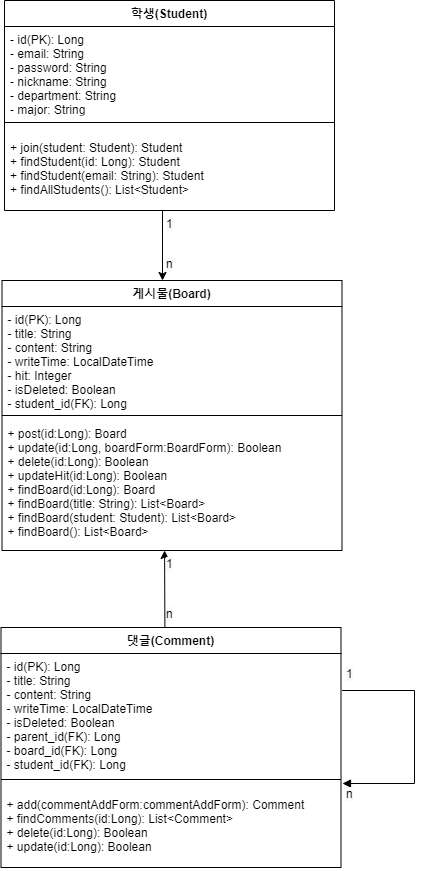
Earlier version of the draw.io export img/diagram.png (SangHyunGil/BasicBoard). Source tidied: cells renumbered, new cells last; positions are measured from the earlier drawing's top-left corner, leaving out a move shared by most shapes.
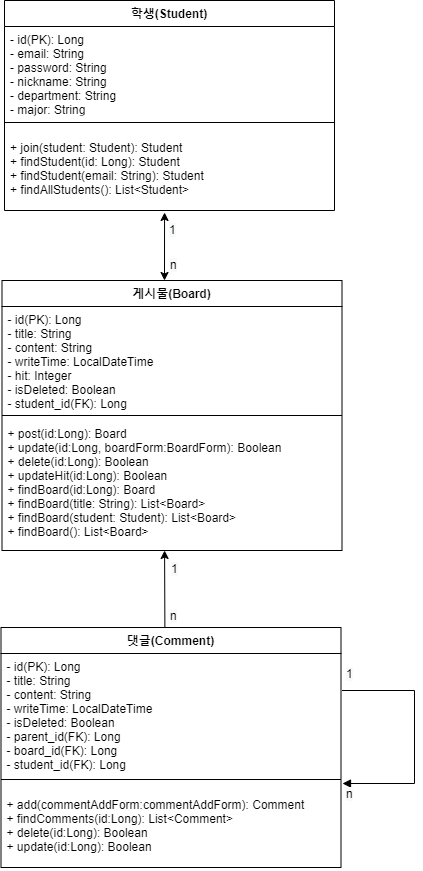
The same diagram one commit later.

Diff of the diagram source:
```diff
@@ -43,23 +43,17 @@
     <mxCell id="14" value="+ join(student: Student): Student&#10;+ findStudent(id: Long): Student&#10;+ findStudent(email: String): Student&#10;+ findAllStudents(): List&lt;Student&gt;" style="text;strokeColor=none;fillColor=none;align=left;verticalAlign=top;spacingLeft=4;spacingRight=4;overflow=hidden;points=[[0,0.5],[1,0.5]];portConstraint=eastwest;" parent="11" vertex="1">
       <mxGeometry y="134" width="330" height="76" as="geometry" />
     </mxCell>
-    <mxCell id="15" style="endArrow=classic;html=1;" parent="1" edge="1">
-      <mxGeometry relative="1" as="geometry">
-        <mxPoint x="162" y="210" as="sourcePoint" />
-        <mxPoint x="162" y="280" as="targetPoint" />
-      </mxGeometry>
-    </mxCell>
     <mxCell id="16" value="&lt;span style=&quot;color: rgb(0 , 0 , 0) ; font-family: &amp;#34;helvetica&amp;#34; ; font-size: 12px ; font-style: normal ; font-weight: 400 ; letter-spacing: normal ; text-align: left ; text-indent: 0px ; text-transform: none ; word-spacing: 0px ; background-color: rgb(248 , 249 , 250) ; display: inline ; float: none&quot;&gt;1&lt;/span&gt;" style="text;whiteSpace=wrap;html=1;" parent="1" vertex="1">
-      <mxGeometry x="164" y="210" width="40" height="30" as="geometry" />
+      <mxGeometry x="167" y="216" width="40" height="30" as="geometry" />
     </mxCell>
     <mxCell id="17" value="&lt;span style=&quot;color: rgb(0 , 0 , 0) ; font-family: &amp;#34;helvetica&amp;#34; ; font-size: 12px ; font-style: normal ; font-weight: 400 ; letter-spacing: normal ; text-align: left ; text-indent: 0px ; text-transform: none ; word-spacing: 0px ; background-color: rgb(248 , 249 , 250) ; display: inline ; float: none&quot;&gt;n&lt;/span&gt;" style="text;whiteSpace=wrap;html=1;" parent="1" vertex="1">
-      <mxGeometry x="164" y="250" width="40" height="30" as="geometry" />
+      <mxGeometry x="168" y="251" width="40" height="30" as="geometry" />
     </mxCell>
     <mxCell id="18" value="&lt;span style=&quot;color: rgb(0 , 0 , 0) ; font-family: &amp;#34;helvetica&amp;#34; ; font-size: 12px ; font-style: normal ; font-weight: 400 ; letter-spacing: normal ; text-align: left ; text-indent: 0px ; text-transform: none ; word-spacing: 0px ; background-color: rgb(248 , 249 , 250) ; display: inline ; float: none&quot;&gt;n&lt;/span&gt;" style="text;whiteSpace=wrap;html=1;" parent="1" vertex="1">
-      <mxGeometry x="164" y="600" width="40" height="30" as="geometry" />
+      <mxGeometry x="168" y="602" width="40" height="30" as="geometry" />
     </mxCell>
     <mxCell id="19" value="&lt;span style=&quot;color: rgb(0 , 0 , 0) ; font-family: &amp;#34;helvetica&amp;#34; ; font-size: 12px ; font-style: normal ; font-weight: 400 ; letter-spacing: normal ; text-align: left ; text-indent: 0px ; text-transform: none ; word-spacing: 0px ; background-color: rgb(248 , 249 , 250) ; display: inline ; float: none&quot;&gt;1&lt;/span&gt;" style="text;whiteSpace=wrap;html=1;" parent="1" vertex="1">
-      <mxGeometry x="164" y="550" width="40" height="30" as="geometry" />
+      <mxGeometry x="169" y="555" width="40" height="30" as="geometry" />
     </mxCell>
     <mxCell id="20" style="edgeStyle=orthogonalEdgeStyle;html=1;align=left;spacingLeft=2;endArrow=block;rounded=0;" parent="1" edge="1">
       <mxGeometry relative="1" as="geometry">
@@ -78,5 +72,10 @@
     <mxCell id="22" value="&lt;span style=&quot;color: rgb(0 , 0 , 0) ; font-family: &amp;#34;helvetica&amp;#34; ; font-size: 12px ; font-style: normal ; font-weight: 400 ; letter-spacing: normal ; text-align: left ; text-indent: 0px ; text-transform: none ; word-spacing: 0px ; background-color: rgb(248 , 249 , 250) ; display: inline ; float: none&quot;&gt;n&lt;/span&gt;" style="text;whiteSpace=wrap;html=1;" parent="1" vertex="1">
       <mxGeometry x="344" y="780" width="40" height="30" as="geometry" />
     </mxCell>
+    <mxCell id="23" style="endArrow=classic;startArrow=classic;html=1;rounded=0;entryX=0.485;entryY=1.026;entryDx=0;entryDy=0;entryPerimeter=0;" parent="1" edge="1" target="14">
+      <mxGeometry relative="1" as="geometry">
+        <mxPoint x="164" y="280" as="sourcePoint" />
+      </mxGeometry>
+    </mxCell>
   </root>
 </mxGraphModel>
```
